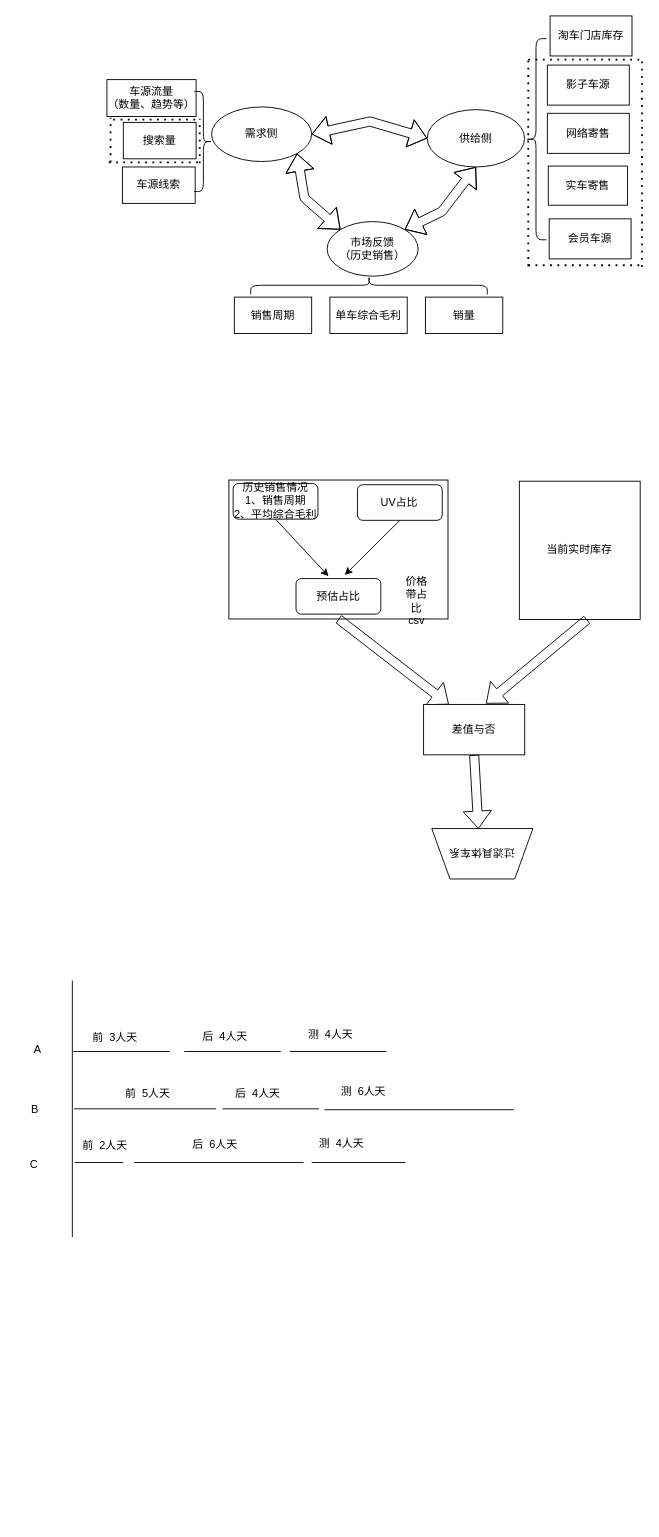
mrlonely001/gittest keeps this draw.io diagram as Untitled Diagram.drawio. Above is the earlier version. Source tidied: cells renumbered, new cells numbered last; positions are measured from the earlier drawing's top-left corner, leaving out a move shared by most shapes. Both pictures are drawn from the tidied source at 91%, with x=0, y=0 at pixel (15, 15).
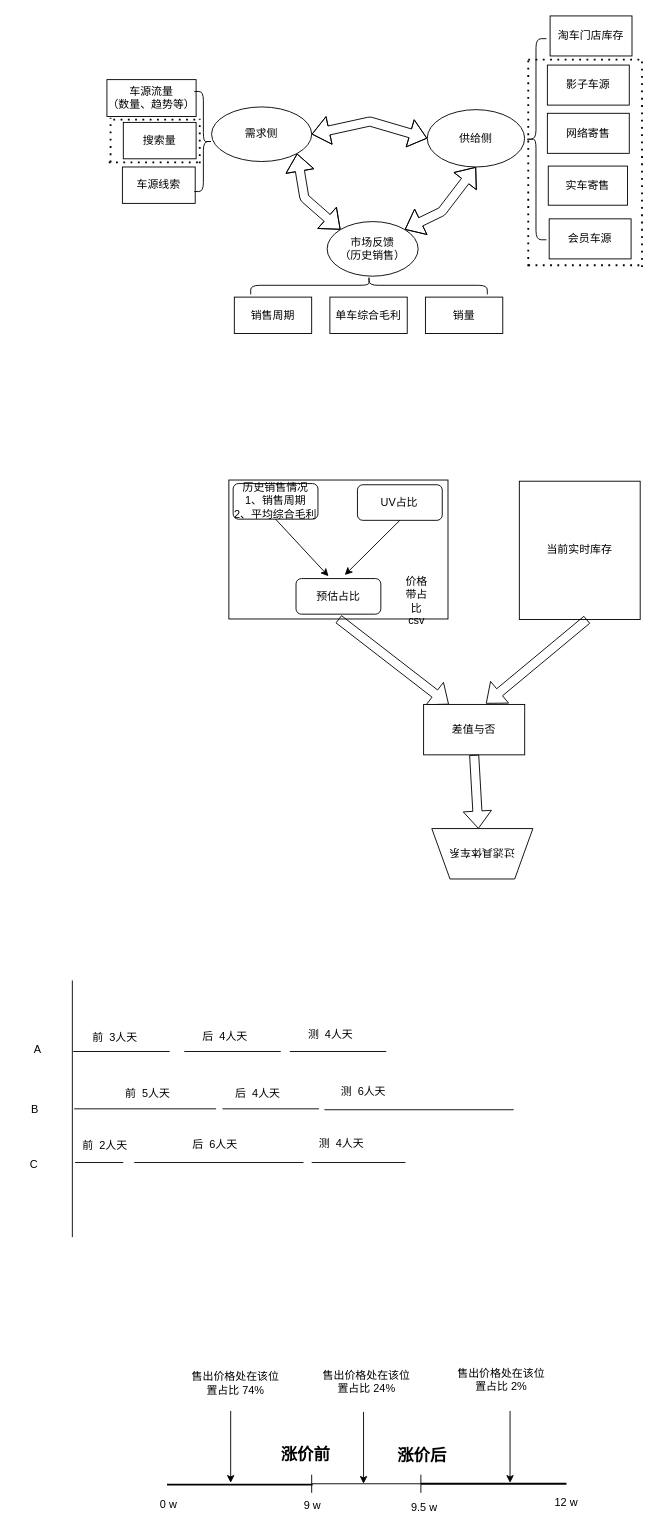
The same page after the edit.

What changed in the source:
```diff
@@
+    <mxCell id="67" style="shape=crossbar;whiteSpace=wrap;html=1;rounded=1;" parent="1" vertex="1">
+      <mxGeometry x="325" y="1603" width="120" height="20" as="geometry" />
+    </mxCell>
+    <mxCell id="68" style="line;strokeWidth=2;html=1;" parent="1" vertex="1">
+      <mxGeometry x="166" y="1609" width="160" height="10" as="geometry" />
+    </mxCell>
+    <mxCell id="69" style="line;strokeWidth=2;html=1;" parent="1" vertex="1">
+      <mxGeometry x="445" y="1608" width="160" height="10" as="geometry" />
+    </mxCell>
+    <mxCell id="70" value="&lt;font style=&quot;font-size: 18px;&quot;&gt;涨价前&lt;/font&gt;" style="text;strokeColor=none;fillColor=none;html=1;fontSize=24;fontStyle=1;verticalAlign=middle;align=center;" parent="1" vertex="1">
+      <mxGeometry x="268" y="1559" width="100" height="40" as="geometry" />
+    </mxCell>
+    <mxCell id="71" value="&lt;font style=&quot;font-size: 18px;&quot;&gt;涨价后&lt;/font&gt;" style="text;strokeColor=none;fillColor=none;html=1;fontSize=24;fontStyle=1;verticalAlign=middle;align=center;" parent="1" vertex="1">
+      <mxGeometry x="396" y="1561" width="100" height="40" as="geometry" />
+    </mxCell>
+    <mxCell id="72" value="9 w" style="text;html=1;align=center;verticalAlign=middle;whiteSpace=wrap;rounded=0;" parent="1" vertex="1">
+      <mxGeometry x="296" y="1622" width="60" height="30" as="geometry" />
+    </mxCell>
+    <mxCell id="73" value="9.5 w" style="text;html=1;align=center;verticalAlign=middle;whiteSpace=wrap;rounded=0;" parent="1" vertex="1">
+      <mxGeometry x="419" y="1624" width="60" height="30" as="geometry" />
+    </mxCell>
+    <mxCell id="74" style="endArrow=classic;html=1;rounded=0;" parent="1" edge="1">
+      <mxGeometry relative="1" as="geometry">
+        <mxPoint x="236" y="1533" as="sourcePoint" />
+        <mxPoint x="236" y="1612" as="targetPoint" />
+      </mxGeometry>
+    </mxCell>
+    <mxCell id="75" style="endArrow=classic;html=1;rounded=0;" parent="1" edge="1">
+      <mxGeometry relative="1" as="geometry">
+        <mxPoint x="382" y="1534" as="sourcePoint" />
+        <mxPoint x="382" y="1613" as="targetPoint" />
+      </mxGeometry>
+    </mxCell>
+    <mxCell id="76" style="endArrow=classic;html=1;rounded=0;" parent="1" edge="1">
+      <mxGeometry relative="1" as="geometry">
+        <mxPoint x="543" y="1533" as="sourcePoint" />
+        <mxPoint x="543" y="1612" as="targetPoint" />
+      </mxGeometry>
+    </mxCell>
+    <mxCell id="77" value="0 w" style="text;html=1;align=center;verticalAlign=middle;whiteSpace=wrap;rounded=0;" parent="1" vertex="1">
+      <mxGeometry x="138" y="1621" width="60" height="30" as="geometry" />
+    </mxCell>
+    <mxCell id="78" value="12 w" style="text;html=1;align=center;verticalAlign=middle;whiteSpace=wrap;rounded=0;" parent="1" vertex="1">
+      <mxGeometry x="575" y="1619" width="60" height="30" as="geometry" />
+    </mxCell>
+    <mxCell id="79" value="售出价格处在该位置占比 74%" style="text;html=1;align=center;verticalAlign=middle;whiteSpace=wrap;rounded=0;" parent="1" vertex="1">
+      <mxGeometry x="192" y="1486" width="99" height="34" as="geometry" />
+    </mxCell>
+    <mxCell id="80" value="售出价格处在该位置占比 24%" style="text;html=1;align=center;verticalAlign=middle;whiteSpace=wrap;rounded=0;" parent="1" vertex="1">
+      <mxGeometry x="336" y="1484" width="99" height="34" as="geometry" />
+    </mxCell>
+    <mxCell id="81" value="售出价格处在该位置占比 2%" style="text;html=1;align=center;verticalAlign=middle;whiteSpace=wrap;rounded=0;" parent="1" vertex="1">
+      <mxGeometry x="484" y="1482" width="99" height="34" as="geometry" />
+    </mxCell>
```
